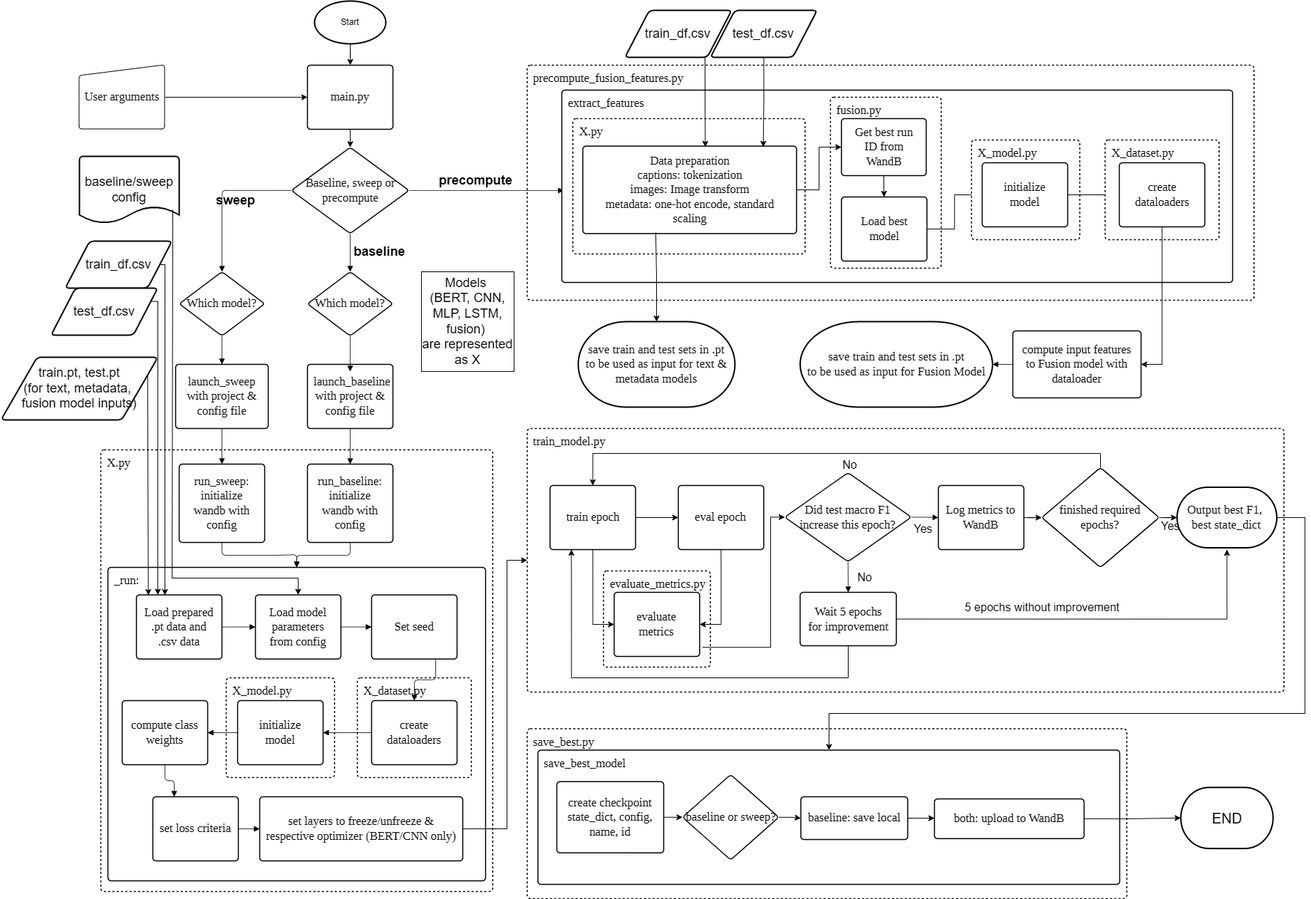
Before: charts/genAIdeepL.drawio.png, a diagram exported from draw.io (cheriechia/genAI-deepL-project). Source tidied: cells renumbered, new cells last; positions are measured from the earlier drawing's top-left corner, leaving out a move shared by most shapes.
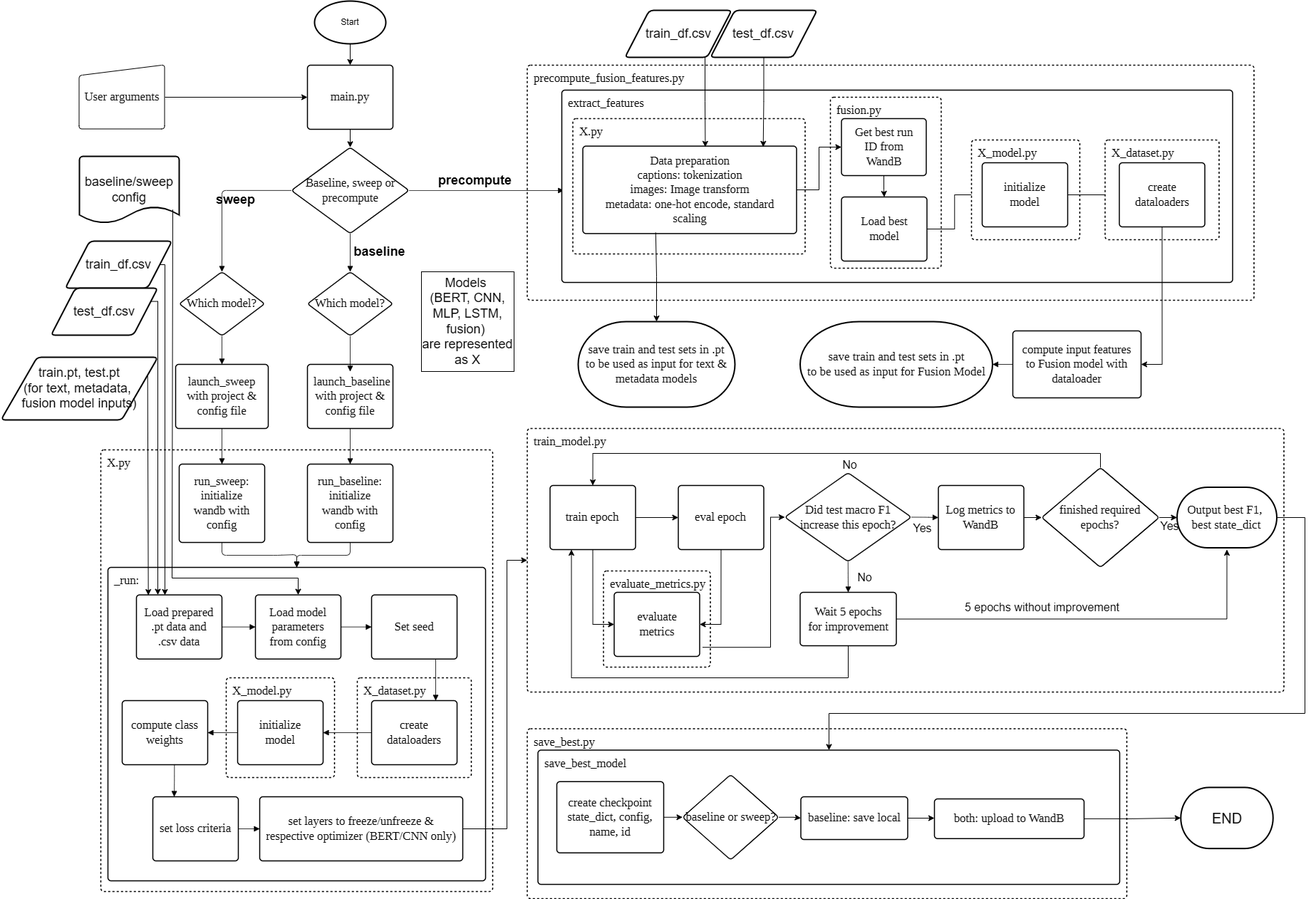
The same diagram one commit later.

The edit, as a diff of the source:
```diff
@@ -144,7 +144,7 @@
     <mxCell id="44" style="html=1;jettySize=18;whiteSpace=wrap;fontSize=13;strokeColor=light-dark(#000000,#000000);strokeOpacity=100;strokeWidth=0.8;rounded=1;arcSize=12;edgeStyle=orthogonalEdgeStyle;startArrow=none;endArrow=block;endFill=1;exitX=1;exitY=0.5;entryX=0;entryY=0.5;lucidId=NM~y5qvPyvse;entryDx=0;entryDy=0;exitDx=0;exitDy=0;fillColor=light-dark(#FFFFFF,#FFFFFF);fontColor=light-dark(#000000,#000000);" parent="1" edge="1" source="35" target="36">
       <mxGeometry relative="1" as="geometry" />
     </mxCell>
-    <mxCell id="45" style="html=1;jettySize=18;whiteSpace=wrap;fontSize=13;strokeColor=light-dark(#000000,#000000);strokeOpacity=100;strokeWidth=0.8;rounded=1;arcSize=12;edgeStyle=orthogonalEdgeStyle;startArrow=none;endArrow=block;endFill=1;exitX=0.75;exitY=1;entryX=0.5;entryY=0;lucidId=7M~yy4KNGmhi;exitDx=0;exitDy=0;entryDx=0;entryDy=0;fillColor=light-dark(#FFFFFF,#FFFFFF);fontColor=light-dark(#000000,#000000);" parent="1" edge="1" source="36" target="37">
+    <mxCell id="45" style="html=1;jettySize=18;whiteSpace=wrap;fontSize=13;strokeColor=light-dark(#000000,#000000);strokeOpacity=100;strokeWidth=0.8;rounded=1;arcSize=12;edgeStyle=orthogonalEdgeStyle;startArrow=none;endArrow=block;endFill=1;exitX=0.75;exitY=1;entryX=0.75;entryY=0;lucidId=7M~yy4KNGmhi;exitDx=0;exitDy=0;entryDx=0;entryDy=0;fillColor=light-dark(#FFFFFF,#FFFFFF);fontColor=light-dark(#000000,#000000);" parent="1" edge="1" source="36" target="37">
       <mxGeometry relative="1" as="geometry" />
     </mxCell>
     <mxCell id="46" style="html=1;jettySize=18;whiteSpace=wrap;fontSize=13;strokeColor=light-dark(#000000,#000000);strokeOpacity=100;strokeWidth=0.8;rounded=1;arcSize=12;edgeStyle=orthogonalEdgeStyle;startArrow=none;endArrow=block;endFill=1;exitX=0;exitY=0.5;entryX=1;entryY=0.5;lucidId=kN~y4h4p.vAg;exitDx=0;exitDy=0;entryDx=0;entryDy=0;fillColor=light-dark(#FFFFFF,#FFFFFF);fontColor=light-dark(#000000,#000000);" parent="1" edge="1" source="37" target="38">
@@ -153,7 +153,7 @@
     <mxCell id="47" style="html=1;jettySize=18;whiteSpace=wrap;fontSize=13;strokeColor=light-dark(#000000,#000000);strokeOpacity=100;strokeWidth=0.8;rounded=1;arcSize=12;edgeStyle=orthogonalEdgeStyle;startArrow=none;endArrow=block;endFill=1;exitX=0;exitY=0.5;entryX=1;entryY=0.5;lucidId=mN~yA252tmw~;exitDx=0;exitDy=0;entryDx=0;entryDy=0;fillColor=light-dark(#FFFFFF,#FFFFFF);fontColor=light-dark(#000000,#000000);" parent="1" edge="1" source="38" target="39">
       <mxGeometry relative="1" as="geometry" />
     </mxCell>
-    <mxCell id="48" style="html=1;jettySize=18;whiteSpace=wrap;fontSize=13;strokeColor=light-dark(#000000,#000000);strokeOpacity=100;strokeWidth=0.8;rounded=1;arcSize=12;edgeStyle=orthogonalEdgeStyle;startArrow=none;endArrow=block;endFill=1;exitX=0.5;exitY=1;entryX=0.25;entryY=0;lucidId=xN~yiL0dTqnS;exitDx=0;exitDy=0;entryDx=0;entryDy=0;fillColor=light-dark(#FFFFFF,#FFFFFF);fontColor=light-dark(#000000,#000000);" parent="1" edge="1" source="39" target="40">
+    <mxCell id="48" style="html=1;jettySize=18;whiteSpace=wrap;fontSize=13;strokeColor=light-dark(#000000,#000000);strokeOpacity=100;strokeWidth=0.8;rounded=1;arcSize=12;edgeStyle=orthogonalEdgeStyle;startArrow=none;endArrow=block;endFill=1;exitX=0.611;exitY=0.994;entryX=0.25;entryY=0;lucidId=xN~yiL0dTqnS;exitDx=0;exitDy=0;entryDx=0;entryDy=0;fillColor=light-dark(#FFFFFF,#FFFFFF);fontColor=light-dark(#000000,#000000);exitPerimeter=0;" parent="1" edge="1" source="39" target="40">
       <mxGeometry relative="1" as="geometry" />
     </mxCell>
     <mxCell id="49" style="html=1;jettySize=18;whiteSpace=wrap;fontSize=13;strokeColor=light-dark(#000000,#000000);strokeOpacity=100;strokeWidth=0.8;rounded=1;arcSize=12;edgeStyle=orthogonalEdgeStyle;startArrow=none;endArrow=block;endFill=1;exitX=1;exitY=0.5;exitPerimeter=0;entryX=0;entryY=0.5;entryPerimeter=0;lucidId=yN~yAtRWbaqC;fillColor=light-dark(#FFFFFF,#FFFFFF);fontColor=light-dark(#000000,#000000);" parent="1" edge="1" source="40" target="42">
```
